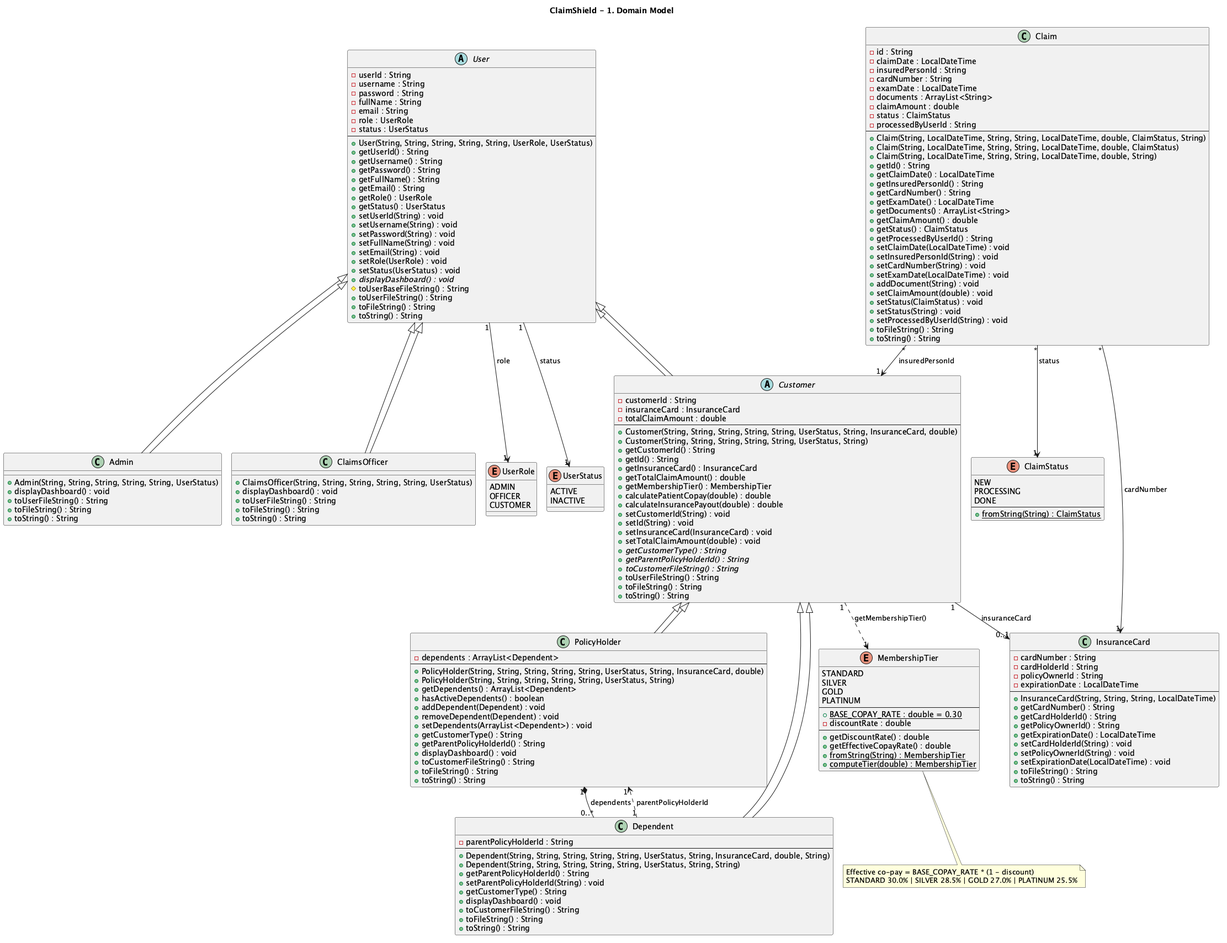
This is docs/ClaimShield_Domain_Model.png from RMIT-Vietnam-Teaching/java-console-application-part-1-s4113887rmit, a PlantUML export, as it was before one commit. The source it was exported from:
```plantuml
@startuml ClaimShield_Domain_Model
title ClaimShield - 1. Domain Model

abstract class User {
    -userId : String
    -username : String
    -password : String
    -fullName : String
    -email : String
    -role : UserRole
    -status : UserStatus
    --
    +User(String, String, String, String, String, UserRole, UserStatus)
    +getUserId() : String
    +getUsername() : String
    +getPassword() : String
    +getFullName() : String
    +getEmail() : String
    +getRole() : UserRole
    +getStatus() : UserStatus
    +setUserId(String) : void
    +setUsername(String) : void
    +setPassword(String) : void
    +setFullName(String) : void
    +setEmail(String) : void
    +setRole(UserRole) : void
    +setStatus(UserStatus) : void
    +displayDashboard() : void {abstract}
    #toUserBaseFileString() : String
    +toUserFileString() : String
    +toFileString() : String
    +toString() : String
}

class Admin extends User {
    +Admin(String, String, String, String, String, UserStatus)
    +displayDashboard() : void
    +toUserFileString() : String
    +toFileString() : String
    +toString() : String
}

class ClaimsOfficer extends User {
    +ClaimsOfficer(String, String, String, String, String, UserStatus)
    +displayDashboard() : void
    +toUserFileString() : String
    +toFileString() : String
    +toString() : String
}

abstract class Customer extends User {
    -customerId : String
    -insuranceCard : InsuranceCard
    -totalClaimAmount : double
    --
    +Customer(String, String, String, String, String, UserStatus, String, InsuranceCard, double)
    +Customer(String, String, String, String, String, UserStatus, String)
    +getCustomerId() : String
    +getId() : String
    +getInsuranceCard() : InsuranceCard
    +getTotalClaimAmount() : double
    +getMembershipTier() : MembershipTier
    +calculatePatientCopay(double) : double
    +calculateInsurancePayout(double) : double
    +setCustomerId(String) : void
    +setId(String) : void
    +setInsuranceCard(InsuranceCard) : void
    +setTotalClaimAmount(double) : void
    +getCustomerType() : String {abstract}
    +getParentPolicyHolderId() : String {abstract}
    +toCustomerFileString() : String {abstract}
    +toUserFileString() : String
    +toFileString() : String
    +toString() : String
}

class PolicyHolder extends Customer {
    -dependents : ArrayList<Dependent>
    --
    +PolicyHolder(String, String, String, String, String, UserStatus, String, InsuranceCard, double)
    +PolicyHolder(String, String, String, String, String, UserStatus, String)
    +getDependents() : ArrayList<Dependent>
    +hasActiveDependents() : boolean
    +addDependent(Dependent) : void
    +removeDependent(Dependent) : void
    +setDependents(ArrayList<Dependent>) : void
    +getCustomerType() : String
    +getParentPolicyHolderId() : String
    +displayDashboard() : void
    +toCustomerFileString() : String
    +toFileString() : String
    +toString() : String
}

class Dependent extends Customer {
    -parentPolicyHolderId : String
    --
    +Dependent(String, String, String, String, String, UserStatus, String, InsuranceCard, double, String)
    +Dependent(String, String, String, String, String, UserStatus, String, String)
    +getParentPolicyHolderId() : String
    +setParentPolicyHolderId(String) : void
    +getCustomerType() : String
    +displayDashboard() : void
    +toCustomerFileString() : String
    +toFileString() : String
    +toString() : String
}

class InsuranceCard {
    -cardNumber : String
    -cardHolderId : String
    -policyOwnerId : String
    -expirationDate : LocalDateTime
    --
    +InsuranceCard(String, String, String, LocalDateTime)
    +getCardNumber() : String
    +getCardHolderId() : String
    +getPolicyOwnerId() : String
    +getExpirationDate() : LocalDateTime
    +setCardHolderId(String) : void
    +setPolicyOwnerId(String) : void
    +setExpirationDate(LocalDateTime) : void
    +toFileString() : String
    +toString() : String
}

class Claim {
    -id : String
    -claimDate : LocalDateTime
    -insuredPersonId : String
    -cardNumber : String
    -examDate : LocalDateTime
    -documents : ArrayList<String>
    -claimAmount : double
    -status : ClaimStatus
    -processedByUserId : String
    --
    +Claim(String, LocalDateTime, String, String, LocalDateTime, double, ClaimStatus, String)
    +Claim(String, LocalDateTime, String, String, LocalDateTime, double, ClaimStatus)
    +Claim(String, LocalDateTime, String, String, LocalDateTime, double, String)
    +getId() : String
    +getClaimDate() : LocalDateTime
    +getInsuredPersonId() : String
    +getCardNumber() : String
    +getExamDate() : LocalDateTime
    +getDocuments() : ArrayList<String>
    +getClaimAmount() : double
    +getStatus() : ClaimStatus
    +getProcessedByUserId() : String
    +setClaimDate(LocalDateTime) : void
    +setInsuredPersonId(String) : void
    +setCardNumber(String) : void
    +setExamDate(LocalDateTime) : void
    +addDocument(String) : void
    +setClaimAmount(double) : void
    +setStatus(ClaimStatus) : void
    +setStatus(String) : void
    +setProcessedByUserId(String) : void
    +toFileString() : String
    +toString() : String
}

enum UserRole {
    ADMIN
    OFFICER
    CUSTOMER
}

enum UserStatus {
    ACTIVE
    INACTIVE
}

enum ClaimStatus {
    NEW
    PROCESSING
    DONE
    --
    +fromString(String) : ClaimStatus {static}
}

enum MembershipTier {
    STANDARD
    SILVER
    GOLD
    PLATINUM
    --
    +BASE_COPAY_RATE : double = 0.30 {static}
    -discountRate : double
    --
    +getDiscountRate() : double
    +getEffectiveCopayRate() : double
    +fromString(String) : MembershipTier {static}
    +computeTier(double) : MembershipTier {static}
}


User          <|-- Admin
User          <|-- ClaimsOfficer
User          <|-- Customer
Customer      <|-- PolicyHolder
Customer      <|-- Dependent

User             "1"  -->  "1"      UserRole        : role >
User             "1"  -->  "1"      UserStatus      : status >
Customer         "1"  -->  "0..1"   InsuranceCard   : insuranceCard >
Customer         "1"  ..>  "1"      MembershipTier  : getMembershipTier() >
PolicyHolder     "1"  *--  "0..*"   Dependent       : dependents >
Dependent        "1"  ..>  "1"      PolicyHolder    : parentPolicyHolderId >
Claim            "*"  -->  "1"      ClaimStatus     : status >
Claim            "*"  -->  "1"      Customer        : insuredPersonId >
Claim            "*"  -->  "1"      InsuranceCard   : cardNumber >

note bottom of MembershipTier
  Effective co-pay = BASE_COPAY_RATE * (1 - discount)
  STANDARD 30.0% | SILVER 28.5% | GOLD 27.0% | PLATINUM 25.5%
end note

@enduml
```
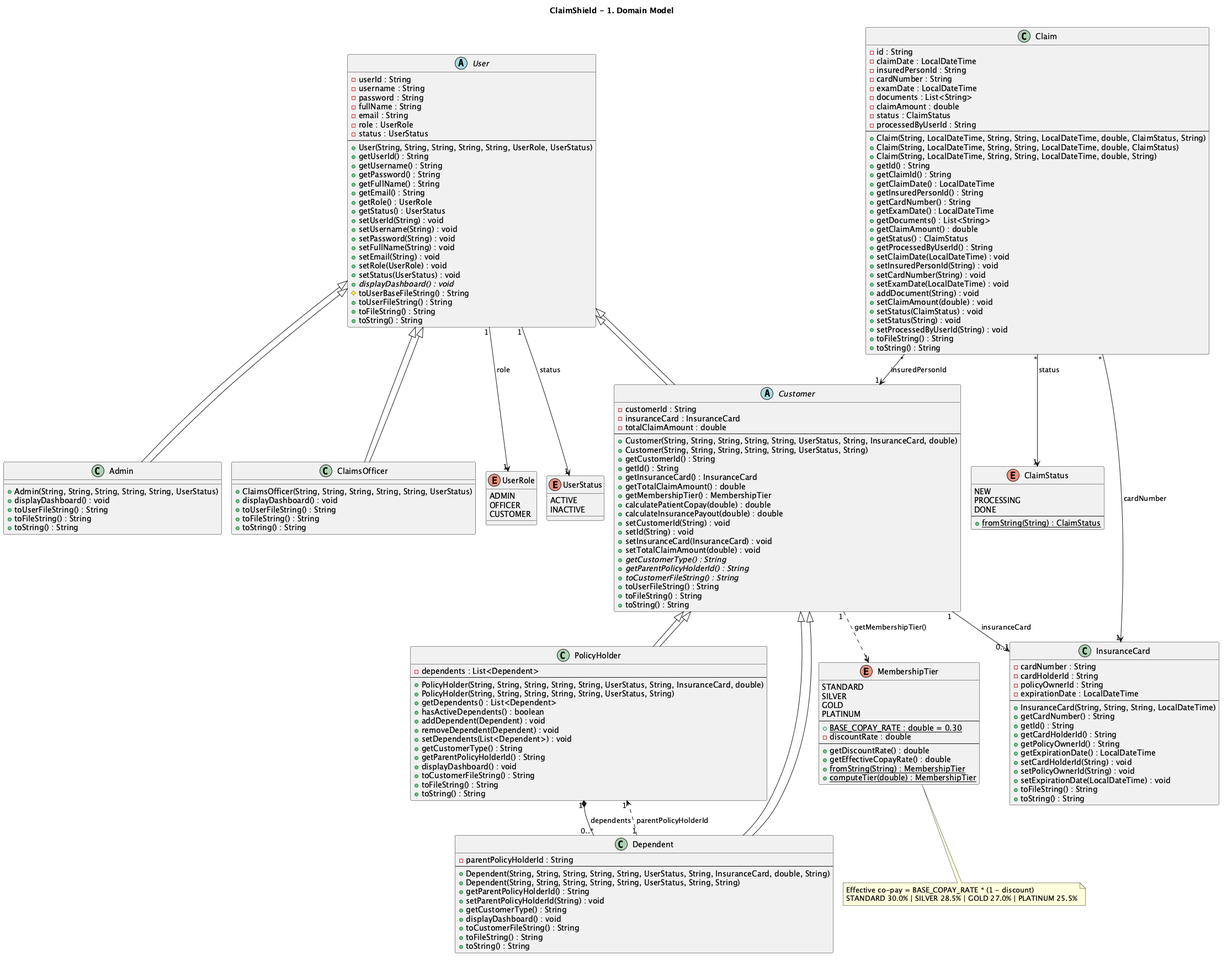
Later version of the same file.

Change to the diagram source:
```diff
@@ -1,4 +1,5 @@
 @startuml ClaimShield_Domain_Model
+!pragma layout smetana
 title ClaimShield - 1. Domain Model
 
 abstract class User {
@@ -75,15 +76,15 @@
 }
 
 class PolicyHolder extends Customer {
-    -dependents : ArrayList<Dependent>
+    -dependents : List<Dependent>
     --
     +PolicyHolder(String, String, String, String, String, UserStatus, String, InsuranceCard, double)
     +PolicyHolder(String, String, String, String, String, UserStatus, String)
-    +getDependents() : ArrayList<Dependent>
+    +getDependents() : List<Dependent>
     +hasActiveDependents() : boolean
     +addDependent(Dependent) : void
     +removeDependent(Dependent) : void
-    +setDependents(ArrayList<Dependent>) : void
+    +setDependents(List<Dependent>) : void
     +getCustomerType() : String
     +getParentPolicyHolderId() : String
     +displayDashboard() : void
@@ -114,6 +115,7 @@
     --
     +InsuranceCard(String, String, String, LocalDateTime)
     +getCardNumber() : String
+    +getId() : String
     +getCardHolderId() : String
     +getPolicyOwnerId() : String
     +getExpirationDate() : LocalDateTime
@@ -130,7 +132,7 @@
     -insuredPersonId : String
     -cardNumber : String
     -examDate : LocalDateTime
-    -documents : ArrayList<String>
+    -documents : List<String>
     -claimAmount : double
     -status : ClaimStatus
     -processedByUserId : String
@@ -139,11 +141,12 @@
     +Claim(String, LocalDateTime, String, String, LocalDateTime, double, ClaimStatus)
     +Claim(String, LocalDateTime, String, String, LocalDateTime, double, String)
     +getId() : String
+    +getClaimId() : String
     +getClaimDate() : LocalDateTime
     +getInsuredPersonId() : String
     +getCardNumber() : String
     +getExamDate() : LocalDateTime
-    +getDocuments() : ArrayList<String>
+    +getDocuments() : List<String>
     +getClaimAmount() : double
     +getStatus() : ClaimStatus
     +getProcessedByUserId() : String
```
